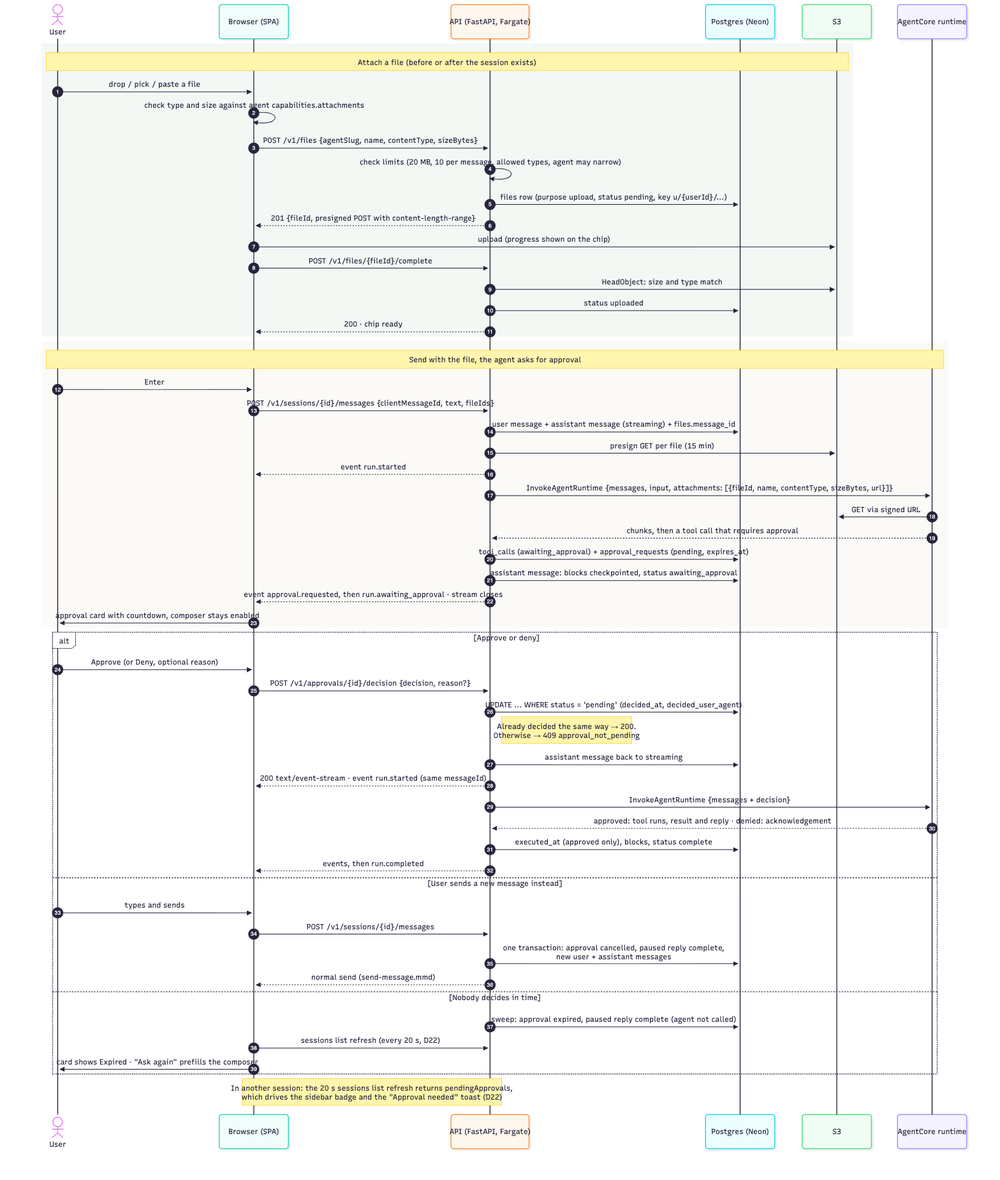
Above: docs/diagrams/approval-and-upload.png in IsraelBO17/agent_hub (Mermaid), before the change. Its source is kept beside it as docs/diagrams/approval-and-upload.mmd.
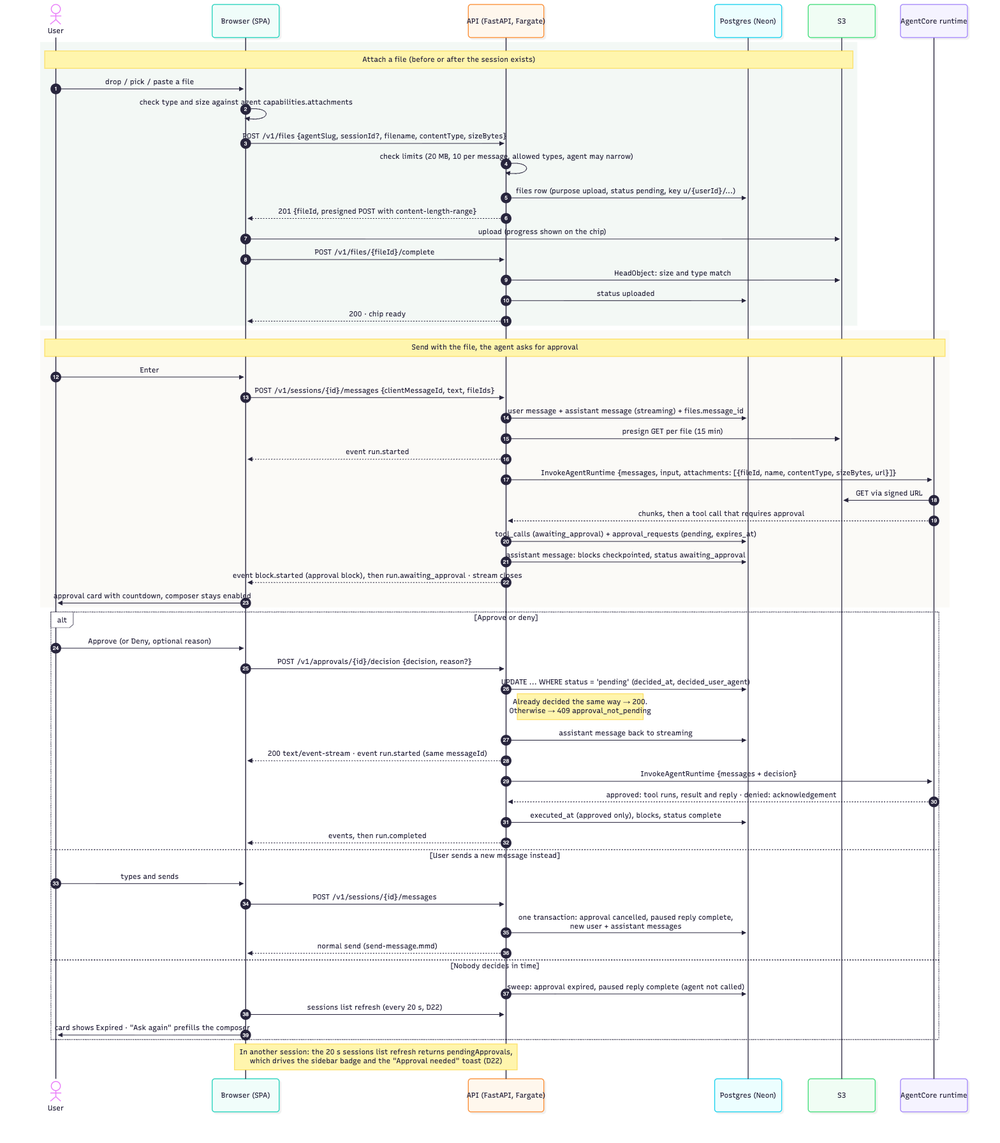
The same diagram one commit later.

Diff of the diagram source:
```diff
@@ -11,7 +11,7 @@
     Note over U,S3: Attach a file (before or after the session exists)
     U->>B: drop / pick / paste a file
     B->>B: check type and size against agent capabilities.attachments
-    B->>A: POST /v1/files {agentSlug, name, contentType, sizeBytes}
+    B->>A: POST /v1/files {agentSlug, sessionId?, filename, contentType, sizeBytes}
     A->>A: check limits (20 MB, 10 per message, allowed types, agent may narrow)
     A->>DB: files row (purpose upload, status pending, key u/{userId}/...)
     A-->>B: 201 {fileId, presigned POST with content-length-range}
@@ -34,7 +34,7 @@
     R-->>A: chunks, then a tool call that requires approval
     A->>DB: tool_calls (awaiting_approval) + approval_requests (pending, expires_at)
     A->>DB: assistant message: blocks checkpointed, status awaiting_approval
-    A-->>B: event approval.requested, then run.awaiting_approval · stream closes
+    A-->>B: event block.started (approval block), then run.awaiting_approval · stream closes
     B->>U: approval card with countdown, composer stays enabled
   end
 
```
